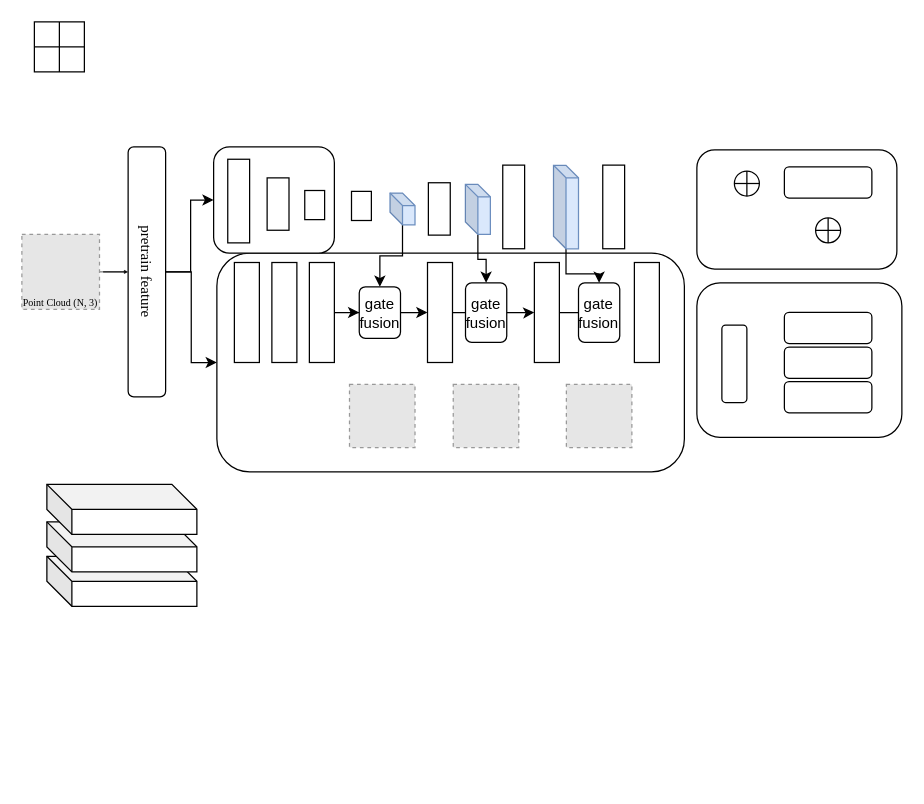
Above: scenecompletion.drawio in susu-attempt/pointrans (draw.io), before the change. Source tidied: cells renumbered, new cells numbered last; positions are measured from the earlier drawing's top-left corner, leaving out a move shared by most shapes. Both pictures are drawn from the tidied source at 125%, with x=0, y=0 at pixel (21, 21). Pictures stored in the file or linked from it are replaced by grey dashed boxes.
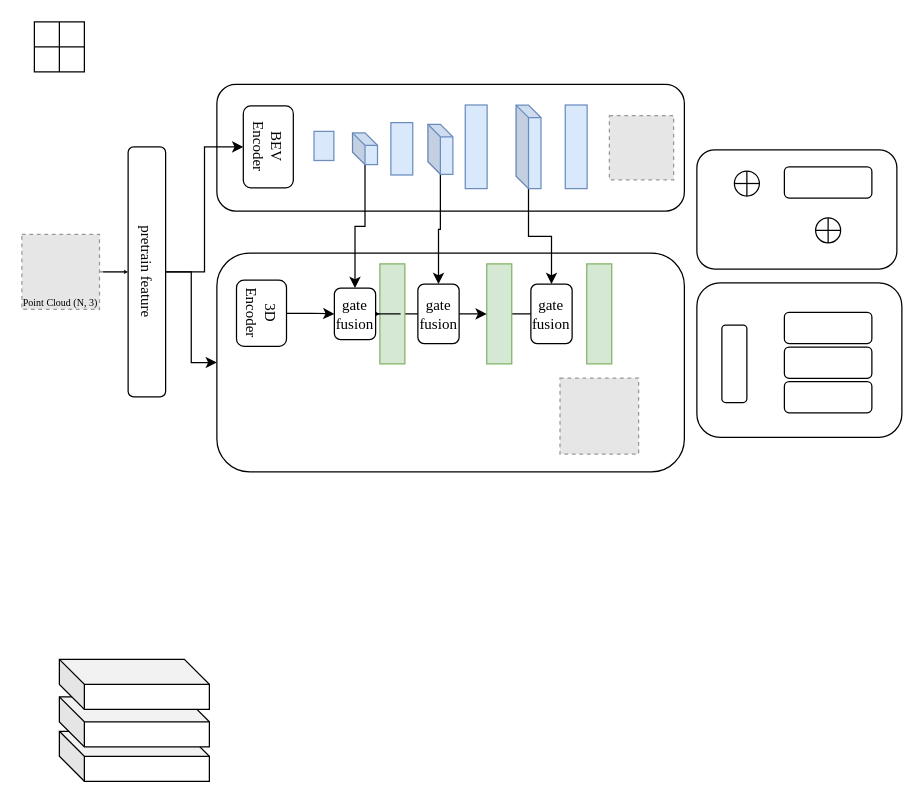
Above is the later version.

The change refers to these unchanged cells:
```xml
<mxCell id="4" value="pretrain feature" style="rounded=1;whiteSpace=wrap;html=1;fontFamily=Times New Roman;rotation=90;" parent="1" vertex="1">
  <mxGeometry y="185" width="200" height="30" as="geometry" />
</mxCell>
<mxCell id="8" style="rounded=1;whiteSpace=wrap;html=1;fontFamily=Times New Roman;rotation=0;" parent="1" vertex="1">
  <mxGeometry x="156" y="185" width="374" height="175" as="geometry" />
</mxCell>
```

Diff of the diagram source:
```diff
@@
+    <mxCell id="53" style="rounded=1;whiteSpace=wrap;html=1;fontFamily=Times New Roman;rotation=0;" parent="1" vertex="1">
+      <mxGeometry x="156" y="50" width="374" height="101.3" as="geometry" />
+    </mxCell>
-    <mxCell id="2" style="edgeStyle=orthogonalEdgeStyle;rounded=0;jettySize=auto;html=1;entryX=0;entryY=0.5;entryDx=0;entryDy=0;" parent="1" edge="1" source="4" target="17">
+    <mxCell id="2" style="edgeStyle=orthogonalEdgeStyle;rounded=0;jettySize=auto;html=1;entryX=0.5;entryY=1;entryDx=0;entryDy=0;fontFamily=Times New Roman;" parent="1" edge="1" source="4" target="17">
       <mxGeometry relative="1" as="geometry" />
     </mxCell>
-    <mxCell id="3" style="edgeStyle=orthogonalEdgeStyle;rounded=0;jettySize=auto;html=1;entryX=0;entryY=0.5;entryDx=0;entryDy=0;" parent="1" edge="1" source="4" target="8">
+    <mxCell id="3" style="edgeStyle=orthogonalEdgeStyle;rounded=0;jettySize=auto;html=1;entryX=0;entryY=0.5;entryDx=0;entryDy=0;fontFamily=Times New Roman;" parent="1" edge="1" source="4" target="8">
       <mxGeometry relative="1" as="geometry" />
     </mxCell>
@@
-    <mxCell id="5" style="edgeStyle=orthogonalEdgeStyle;rounded=0;jettySize=auto;html=1;entryX=0.5;entryY=1;entryDx=0;entryDy=0;endArrow=block;endFill=1;endSize=2;strokeWidth=0.5;" parent="1" edge="1" source="6" target="4">
+    <mxCell id="5" style="edgeStyle=orthogonalEdgeStyle;rounded=0;jettySize=auto;html=1;entryX=0.5;entryY=1;entryDx=0;entryDy=0;endArrow=block;endFill=1;endSize=2;strokeWidth=0.5;fontFamily=Times New Roman;" parent="1" edge="1" source="6" target="4">
       <mxGeometry relative="1" as="geometry" />
     </mxCell>
-    <mxCell id="6" style="fillColor=#E6E6E6;strokeColor=#999999;dashed=1;verticalLabelPosition=bottom;labelBackgroundColor=default;verticalAlign=top;" parent="1" vertex="1">
+    <mxCell id="6" style="fillColor=#E6E6E6;strokeColor=#999999;dashed=1;verticalLabelPosition=bottom;labelBackgroundColor=default;verticalAlign=top;fontFamily=Times New Roman;" parent="1" vertex="1">
       <mxGeometry y="170" width="62.1" height="60" as="geometry" />
     </mxCell>
@@
-    <mxCell id="9" style="rounded=0;whiteSpace=wrap;html=1;rotation=90;" parent="1" vertex="1">
-      <mxGeometry x="140" y="222.5" width="80" height="20" as="geometry" />
-    </mxCell>
-    <mxCell id="10" style="rounded=0;whiteSpace=wrap;html=1;rotation=90;" parent="1" vertex="1">
-      <mxGeometry x="170" y="222.5" width="80" height="20" as="geometry" />
-    </mxCell>
-    <mxCell id="11" style="edgeStyle=orthogonalEdgeStyle;rounded=0;jettySize=auto;html=1;entryX=0;entryY=0.5;entryDx=0;entryDy=0;" parent="1" edge="1" source="12" target="32">
-      <mxGeometry relative="1" as="geometry" />
-    </mxCell>
-    <mxCell id="12" style="rounded=0;whiteSpace=wrap;html=1;rotation=90;" parent="1" vertex="1">
-      <mxGeometry x="200" y="222.5" width="80" height="20" as="geometry" />
-    </mxCell>
-    <mxCell id="13" style="edgeStyle=orthogonalEdgeStyle;rounded=0;jettySize=auto;html=1;entryX=0;entryY=0.5;entryDx=0;entryDy=0;" parent="1" edge="1" source="14" target="34">
+    <mxCell id="13" style="edgeStyle=orthogonalEdgeStyle;rounded=0;jettySize=auto;html=1;entryX=0;entryY=0.5;entryDx=0;entryDy=0;fontFamily=Times New Roman;" parent="1" edge="1" source="14" target="34">
       <mxGeometry relative="1" as="geometry" />
     </mxCell>
-    <mxCell id="14" style="rounded=0;whiteSpace=wrap;html=1;rotation=90;" parent="1" vertex="1">
-      <mxGeometry x="294.5" y="222.5" width="80" height="20" as="geometry" />
+    <mxCell id="14" style="rounded=0;whiteSpace=wrap;html=1;rotation=90;fillColor=#d5e8d4;strokeColor=#82b366;fontFamily=Times New Roman;" parent="1" vertex="1">
+      <mxGeometry x="256.4" y="223.6" width="80" height="20" as="geometry" />
     </mxCell>
-    <mxCell id="15" style="edgeStyle=orthogonalEdgeStyle;rounded=0;jettySize=auto;html=1;entryX=0;entryY=0.5;entryDx=0;entryDy=0;" parent="1" edge="1" source="16" target="35">
+    <mxCell id="15" style="edgeStyle=orthogonalEdgeStyle;rounded=0;jettySize=auto;html=1;entryX=0;entryY=0.5;entryDx=0;entryDy=0;fontFamily=Times New Roman;" parent="1" edge="1" source="16" target="35">
       <mxGeometry relative="1" as="geometry" />
     </mxCell>
-    <mxCell id="16" style="rounded=0;whiteSpace=wrap;html=1;rotation=90;" parent="1" vertex="1">
-      <mxGeometry x="380" y="222.5" width="80" height="20" as="geometry" />
+    <mxCell id="16" style="rounded=0;whiteSpace=wrap;html=1;rotation=90;fillColor=#d5e8d4;strokeColor=#82b366;fontFamily=Times New Roman;" parent="1" vertex="1">
+      <mxGeometry x="341.9" y="223.6" width="80" height="20" as="geometry" />
     </mxCell>
-    <mxCell id="17" style="rounded=1;whiteSpace=wrap;html=1;fontFamily=Times New Roman;rotation=0;" parent="1" vertex="1">
-      <mxGeometry x="153.4" y="100" width="96.6" height="85" as="geometry" />
+    <mxCell id="17" value="BEV Encoder" style="rounded=1;whiteSpace=wrap;html=1;fontFamily=Times New Roman;rotation=90;" parent="1" vertex="1">
+      <mxGeometry x="164.4" y="80" width="65.5" height="40" as="geometry" />
     </mxCell>
-    <mxCell id="18" style="rounded=0;whiteSpace=wrap;html=1;rotation=90;flipH=0;" parent="1" vertex="1">
-      <mxGeometry x="140" y="134.6" width="66.9" height="17.5" as="geometry" />
-    </mxCell>
-    <mxCell id="19" style="rounded=0;whiteSpace=wrap;html=1;rotation=90;flipH=0;" parent="1" vertex="1">
-      <mxGeometry x="184" y="137" width="41.9" height="17.5" as="geometry" />
-    </mxCell>
-    <mxCell id="20" style="rounded=0;whiteSpace=wrap;html=1;rotation=90;flipH=0;" parent="1" vertex="1">
-      <mxGeometry x="222.6" y="138.6" width="23.3" height="15.9" as="geometry" />
-    </mxCell>
-    <mxCell id="21" style="rounded=0;whiteSpace=wrap;html=1;rotation=90;flipH=0;" parent="1" vertex="1">
-      <mxGeometry x="360" y="139.3" width="66.9" height="17.5" as="geometry" />
+    <mxCell id="21" style="rounded=0;whiteSpace=wrap;html=1;rotation=90;flipH=0;fillColor=#dae8fc;strokeColor=#6c8ebf;fontFamily=Times New Roman;" parent="1" vertex="1">
+      <mxGeometry x="330" y="91.2" width="66.9" height="17.5" as="geometry" />
     </mxCell>
-    <mxCell id="22" style="rounded=0;whiteSpace=wrap;html=1;rotation=90;flipH=0;" parent="1" vertex="1">
-      <mxGeometry x="313" y="140.9" width="41.9" height="17.5" as="geometry" />
+    <mxCell id="22" style="rounded=0;whiteSpace=wrap;html=1;rotation=90;flipH=0;fillColor=#dae8fc;strokeColor=#6c8ebf;fontFamily=Times New Roman;" parent="1" vertex="1">
+      <mxGeometry x="283" y="92.8" width="41.9" height="17.5" as="geometry" />
     </mxCell>
-    <mxCell id="23" style="rounded=0;whiteSpace=wrap;html=1;rotation=90;flipH=0;" parent="1" vertex="1">
-      <mxGeometry x="440" y="139.3" width="66.9" height="17.5" as="geometry" />
+    <mxCell id="23" style="rounded=0;whiteSpace=wrap;html=1;rotation=90;flipH=0;fillColor=#dae8fc;strokeColor=#6c8ebf;fontFamily=Times New Roman;" parent="1" vertex="1">
+      <mxGeometry x="410" y="91.2" width="66.9" height="17.5" as="geometry" />
     </mxCell>
-    <mxCell id="24" style="edgeStyle=orthogonalEdgeStyle;rounded=0;jettySize=auto;html=1;entryX=0.5;entryY=0;entryDx=0;entryDy=0;" parent="1" edge="1" source="25" target="34">
+    <mxCell id="24" style="edgeStyle=orthogonalEdgeStyle;rounded=0;jettySize=auto;html=1;entryX=0.5;entryY=0;entryDx=0;entryDy=0;fontFamily=Times New Roman;" parent="1" edge="1" source="25" target="34">
       <mxGeometry relative="1" as="geometry" />
     </mxCell>
-    <mxCell id="25" style="shape=cube;whiteSpace=wrap;html=1;boundedLbl=1;backgroundOutline=1;darkOpacity=0.05;darkOpacity2=0.1;size=10;fillColor=#dae8fc;strokeColor=#6c8ebf;" parent="1" vertex="1">
-      <mxGeometry x="354.8" y="130" width="20" height="40" as="geometry" />
+    <mxCell id="25" style="shape=cube;whiteSpace=wrap;html=1;boundedLbl=1;backgroundOutline=1;darkOpacity=0.05;darkOpacity2=0.1;size=10;fillColor=#dae8fc;strokeColor=#6c8ebf;fontFamily=Times New Roman;" parent="1" vertex="1">
+      <mxGeometry x="324.8" y="81.9" width="20" height="40" as="geometry" />
     </mxCell>
-    <mxCell id="26" style="edgeStyle=orthogonalEdgeStyle;rounded=0;jettySize=auto;html=1;entryX=0.5;entryY=0;entryDx=0;entryDy=0;" parent="1" edge="1" source="27" target="35">
+    <mxCell id="26" style="edgeStyle=orthogonalEdgeStyle;rounded=0;jettySize=auto;html=1;entryX=0.5;entryY=0;entryDx=0;entryDy=0;fontFamily=Times New Roman;" parent="1" edge="1" source="27" target="35">
       <mxGeometry relative="1" as="geometry" />
     </mxCell>
-    <mxCell id="27" style="shape=cube;whiteSpace=wrap;html=1;boundedLbl=1;backgroundOutline=1;darkOpacity=0.05;darkOpacity2=0.1;size=10;fillColor=#dae8fc;strokeColor=#6c8ebf;" parent="1" vertex="1">
-      <mxGeometry x="425.3" y="114.7" width="20" height="66.8" as="geometry" />
+    <mxCell id="27" style="shape=cube;whiteSpace=wrap;html=1;boundedLbl=1;backgroundOutline=1;darkOpacity=0.05;darkOpacity2=0.1;size=10;fillColor=#dae8fc;strokeColor=#6c8ebf;fontFamily=Times New Roman;" parent="1" vertex="1">
+      <mxGeometry x="395.3" y="66.6" width="20" height="66.8" as="geometry" />
     </mxCell>
-    <mxCell id="28" style="rounded=0;whiteSpace=wrap;html=1;rotation=90;flipH=0;" parent="1" vertex="1">
-      <mxGeometry x="260" y="139.3" width="23.3" height="15.9" as="geometry" />
+    <mxCell id="28" style="rounded=0;whiteSpace=wrap;html=1;rotation=90;flipH=0;fillColor=#dae8fc;strokeColor=#6c8ebf;fontFamily=Times New Roman;" parent="1" vertex="1">
+      <mxGeometry x="230" y="91.3" width="23.3" height="15.9" as="geometry" />
     </mxCell>
-    <mxCell id="29" style="edgeStyle=orthogonalEdgeStyle;rounded=0;jettySize=auto;html=1;entryX=0.5;entryY=0;entryDx=0;entryDy=0;" parent="1" edge="1" source="30" target="32">
+    <mxCell id="29" style="edgeStyle=orthogonalEdgeStyle;rounded=0;jettySize=auto;html=1;entryX=0.5;entryY=0;entryDx=0;entryDy=0;fontFamily=Times New Roman;" parent="1" edge="1" source="30" target="32">
       <mxGeometry relative="1" as="geometry" />
     </mxCell>
-    <mxCell id="30" style="shape=cube;whiteSpace=wrap;html=1;boundedLbl=1;backgroundOutline=1;darkOpacity=0.05;darkOpacity2=0.1;size=10;fillColor=#dae8fc;strokeColor=#6c8ebf;" parent="1" vertex="1">
-      <mxGeometry x="294.5" y="136.9" width="20" height="25.4" as="geometry" />
+    <mxCell id="30" style="shape=cube;whiteSpace=wrap;html=1;boundedLbl=1;backgroundOutline=1;darkOpacity=0.05;darkOpacity2=0.1;size=10;fillColor=#dae8fc;strokeColor=#6c8ebf;fontFamily=Times New Roman;" parent="1" vertex="1">
+      <mxGeometry x="264.5" y="88.8" width="20" height="25.4" as="geometry" />
     </mxCell>
-    <mxCell id="31" style="edgeStyle=orthogonalEdgeStyle;rounded=0;jettySize=auto;html=1;entryX=0.5;entryY=1;entryDx=0;entryDy=0;" parent="1" edge="1" source="32" target="14">
+    <mxCell id="31" style="edgeStyle=orthogonalEdgeStyle;rounded=0;jettySize=auto;html=1;entryX=0.5;entryY=1;entryDx=0;entryDy=0;fontFamily=Times New Roman;" parent="1" edge="1" source="32" target="14">
       <mxGeometry relative="1" as="geometry" />
     </mxCell>
-    <mxCell id="32" value="gate fusion" style="rounded=1;whiteSpace=wrap;html=1;" parent="1" vertex="1">
-      <mxGeometry x="269.9" y="211.9" width="33" height="41.2" as="geometry" />
+    <mxCell id="32" value="gate fusion" style="rounded=1;whiteSpace=wrap;html=1;fontFamily=Times New Roman;" parent="1" vertex="1">
+      <mxGeometry x="250" y="213" width="33" height="41.2" as="geometry" />
     </mxCell>
-    <mxCell id="33" style="edgeStyle=orthogonalEdgeStyle;rounded=0;jettySize=auto;html=1;entryX=0.5;entryY=1;entryDx=0;entryDy=0;" parent="1" edge="1" source="34" target="16">
+    <mxCell id="33" style="edgeStyle=orthogonalEdgeStyle;rounded=0;jettySize=auto;html=1;entryX=0.5;entryY=1;entryDx=0;entryDy=0;fontFamily=Times New Roman;" parent="1" edge="1" source="34" target="16">
       <mxGeometry relative="1" as="geometry" />
     </mxCell>
-    <mxCell id="34" value="gate fusion" style="rounded=1;whiteSpace=wrap;html=1;" parent="1" vertex="1">
-      <mxGeometry x="354.9" y="208.8" width="33" height="47.5" as="geometry" />
+    <mxCell id="34" value="gate fusion" style="rounded=1;whiteSpace=wrap;html=1;fontFamily=Times New Roman;" parent="1" vertex="1">
+      <mxGeometry x="316.8" y="209.8" width="33" height="47.5" as="geometry" />
     </mxCell>
-    <mxCell id="35" value="gate fusion" style="rounded=1;whiteSpace=wrap;html=1;" parent="1" vertex="1">
-      <mxGeometry x="445.3" y="208.8" width="33" height="47.5" as="geometry" />
+    <mxCell id="35" value="gate fusion" style="rounded=1;whiteSpace=wrap;html=1;fontFamily=Times New Roman;" parent="1" vertex="1">
+      <mxGeometry x="407.2" y="209.8" width="33" height="47.5" as="geometry" />
     </mxCell>
-    <mxCell id="36" style="rounded=0;whiteSpace=wrap;html=1;rotation=90;" parent="1" vertex="1">
-      <mxGeometry x="460" y="222.5" width="80" height="20" as="geometry" />
+    <mxCell id="36" style="rounded=0;whiteSpace=wrap;html=1;rotation=90;fillColor=#d5e8d4;strokeColor=#82b366;fontFamily=Times New Roman;" parent="1" vertex="1">
+      <mxGeometry x="421.9" y="223.6" width="80" height="20" as="geometry" />
     </mxCell>
-    <mxCell id="37" style="shape=cube;whiteSpace=wrap;html=1;boundedLbl=1;backgroundOutline=1;darkOpacity=0.05;darkOpacity2=0.1;" parent="1" vertex="1">
-      <mxGeometry x="20" y="427.5" width="120" height="40" as="geometry" />
+    <mxCell id="37" style="shape=cube;whiteSpace=wrap;html=1;boundedLbl=1;backgroundOutline=1;darkOpacity=0.05;darkOpacity2=0.1;fontFamily=Times New Roman;" parent="1" vertex="1">
+      <mxGeometry x="30" y="567.5" width="120" height="40" as="geometry" />
     </mxCell>
-    <mxCell id="38" style="shape=cube;whiteSpace=wrap;html=1;boundedLbl=1;backgroundOutline=1;darkOpacity=0.05;darkOpacity2=0.1;" parent="1" vertex="1">
-      <mxGeometry x="20" y="400" width="120" height="40" as="geometry" />
+    <mxCell id="38" style="shape=cube;whiteSpace=wrap;html=1;boundedLbl=1;backgroundOutline=1;darkOpacity=0.05;darkOpacity2=0.1;fontFamily=Times New Roman;" parent="1" vertex="1">
+      <mxGeometry x="30" y="540" width="120" height="40" as="geometry" />
     </mxCell>
-    <mxCell id="39" style="shape=cube;whiteSpace=wrap;html=1;boundedLbl=1;backgroundOutline=1;darkOpacity=0.05;darkOpacity2=0.1;" parent="1" vertex="1">
-      <mxGeometry x="20" y="370" width="120" height="40" as="geometry" />
+    <mxCell id="39" style="shape=cube;whiteSpace=wrap;html=1;boundedLbl=1;backgroundOutline=1;darkOpacity=0.05;darkOpacity2=0.1;fontFamily=Times New Roman;" parent="1" vertex="1">
+      <mxGeometry x="30" y="510" width="120" height="40" as="geometry" />
     </mxCell>
-    <mxCell id="40" style="shape=internalStorage;whiteSpace=wrap;html=1;backgroundOutline=1;" parent="1" vertex="1">
+    <mxCell id="40" style="shape=internalStorage;whiteSpace=wrap;html=1;backgroundOutline=1;fontFamily=Times New Roman;" parent="1" vertex="1">
       <mxGeometry x="10" width="40" height="40" as="geometry" />
     </mxCell>
@@
-    <mxCell id="46" style="rounded=1;whiteSpace=wrap;html=1;" parent="1" vertex="1">
+    <mxCell id="46" style="rounded=1;whiteSpace=wrap;html=1;fontFamily=Times New Roman;" parent="1" vertex="1">
       <mxGeometry x="540" y="102.3" width="160" height="95.4" as="geometry" />
     </mxCell>
-    <mxCell id="47" style="shape=orEllipse;perimeter=ellipsePerimeter;whiteSpace=wrap;html=1;backgroundOutline=1;" parent="1" vertex="1">
+    <mxCell id="47" style="shape=orEllipse;perimeter=ellipsePerimeter;whiteSpace=wrap;html=1;backgroundOutline=1;fontFamily=Times New Roman;" parent="1" vertex="1">
       <mxGeometry x="635" y="156.8" width="20" height="20" as="geometry" />
     </mxCell>
@@
-    <mxCell id="49" style="shape=orEllipse;perimeter=ellipsePerimeter;whiteSpace=wrap;html=1;backgroundOutline=1;" parent="1" vertex="1">
+    <mxCell id="49" style="shape=orEllipse;perimeter=ellipsePerimeter;whiteSpace=wrap;html=1;backgroundOutline=1;fontFamily=Times New Roman;" parent="1" vertex="1">
       <mxGeometry x="570" y="119.3" width="20" height="20" as="geometry" />
     </mxCell>
-    <mxCell id="50" style="fillColor=#E6E6E6;strokeColor=#999999;dashed=1;verticalLabelPosition=bottom;labelBackgroundColor=default;verticalAlign=top;" parent="1" vertex="1">
-      <mxGeometry x="262.1" y="290" width="52.4" height="50.5" as="geometry" />
-    </mxCell>
-    <mxCell id="51" style="fillColor=#E6E6E6;strokeColor=#999999;dashed=1;verticalLabelPosition=bottom;labelBackgroundColor=default;verticalAlign=top;" parent="1" vertex="1">
-      <mxGeometry x="345.1" y="290" width="52.4" height="50.5" as="geometry" />
-    </mxCell>
-    <mxCell id="52" style="fillColor=#E6E6E6;strokeColor=#999999;dashed=1;verticalLabelPosition=bottom;labelBackgroundColor=default;verticalAlign=top;" parent="1" vertex="1">
-      <mxGeometry x="435.6" y="290" width="52.4" height="50.5" as="geometry" />
-    </mxCell>
+    <mxCell id="54" style="edgeStyle=orthogonalEdgeStyle;rounded=0;jettySize=auto;html=1;entryX=0;entryY=0.5;entryDx=0;entryDy=0;fontFamily=Times New Roman;" parent="1" edge="1" source="55" target="32">
+      <mxGeometry relative="1" as="geometry" />
+    </mxCell>
+    <mxCell id="55" value="3D Encoder" style="rounded=1;whiteSpace=wrap;html=1;rotation=90;fontFamily=Times New Roman;" parent="1" vertex="1">
+      <mxGeometry x="165.2" y="213.1" width="53" height="40" as="geometry" />
+    </mxCell>
+    <mxCell id="56" style="fillColor=#E6E6E6;strokeColor=#999999;dashed=1;verticalLabelPosition=bottom;labelBackgroundColor=default;verticalAlign=top;fontFamily=Times New Roman;" parent="1" vertex="1">
+      <mxGeometry x="470" y="74.9" width="51.4" height="51.4" as="geometry" />
+    </mxCell>
+    <mxCell id="57" style="fillColor=#E6E6E6;strokeColor=#999999;dashed=1;verticalLabelPosition=bottom;labelBackgroundColor=default;verticalAlign=top;" parent="1" vertex="1">
+      <mxGeometry x="430.5" y="285" width="62.9" height="60.7" as="geometry" />
+    </mxCell>
```
